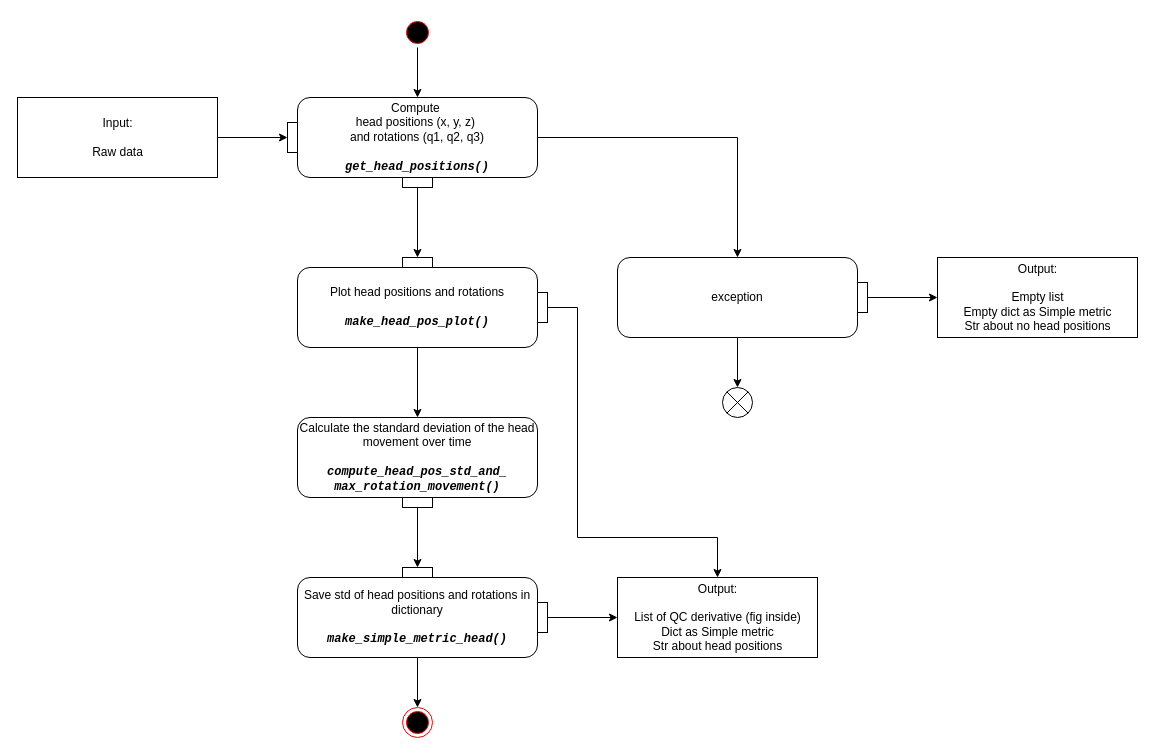
This is diagrams/_Head_UML2.5.drawio from oldgandalf/MEGqcJorge, a draw.io file, before an edit. Source tidied: cells renumbered, new cells numbered last; positions are measured from the earlier drawing's top-left corner, leaving out a move shared by most shapes. Both pictures are drawn from the tidied source at 100%, with x=0, y=0 at pixel (17, 17).
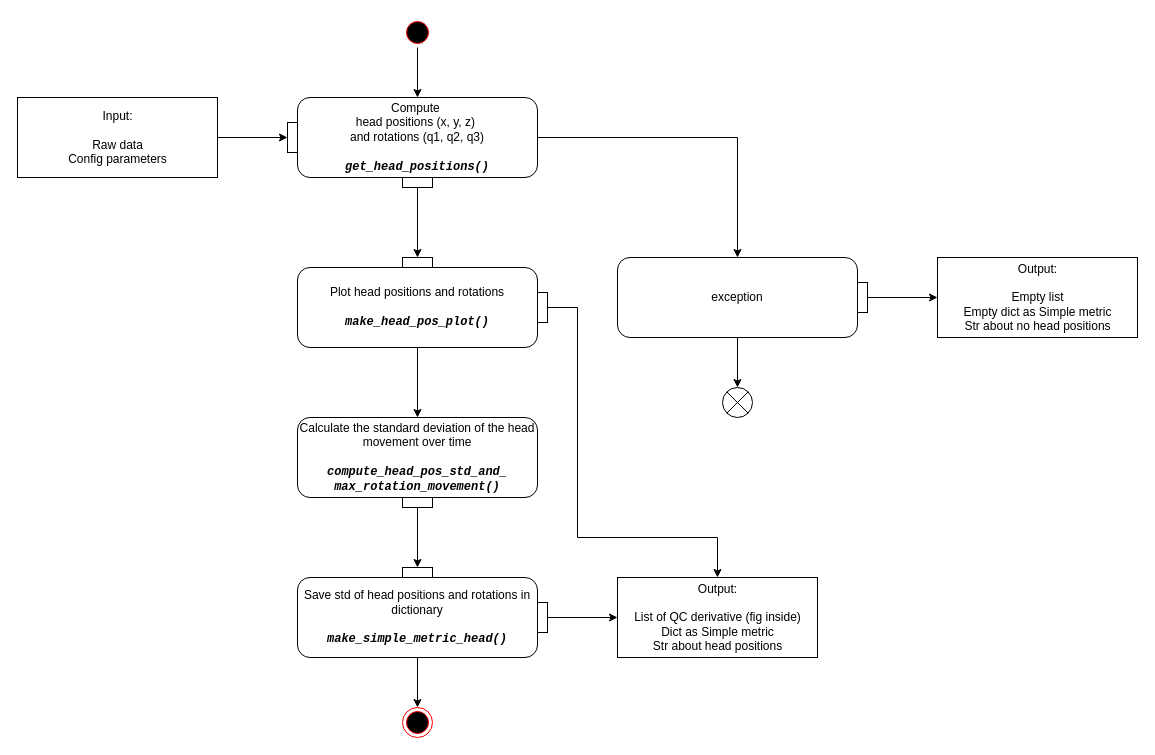
After the change.

Change to the diagram source:
```diff
@@
-    <mxCell id="5" value="Input:&lt;br&gt;&lt;br&gt;Raw data" style="html=1;" parent="1" vertex="1">
+    <mxCell id="5" value="Input:&lt;br&gt;&lt;br&gt;Raw data&lt;br&gt;Config parameters" style="html=1;" parent="1" vertex="1">
       <mxGeometry y="80" width="200" height="80" as="geometry" />
     </mxCell>
```
